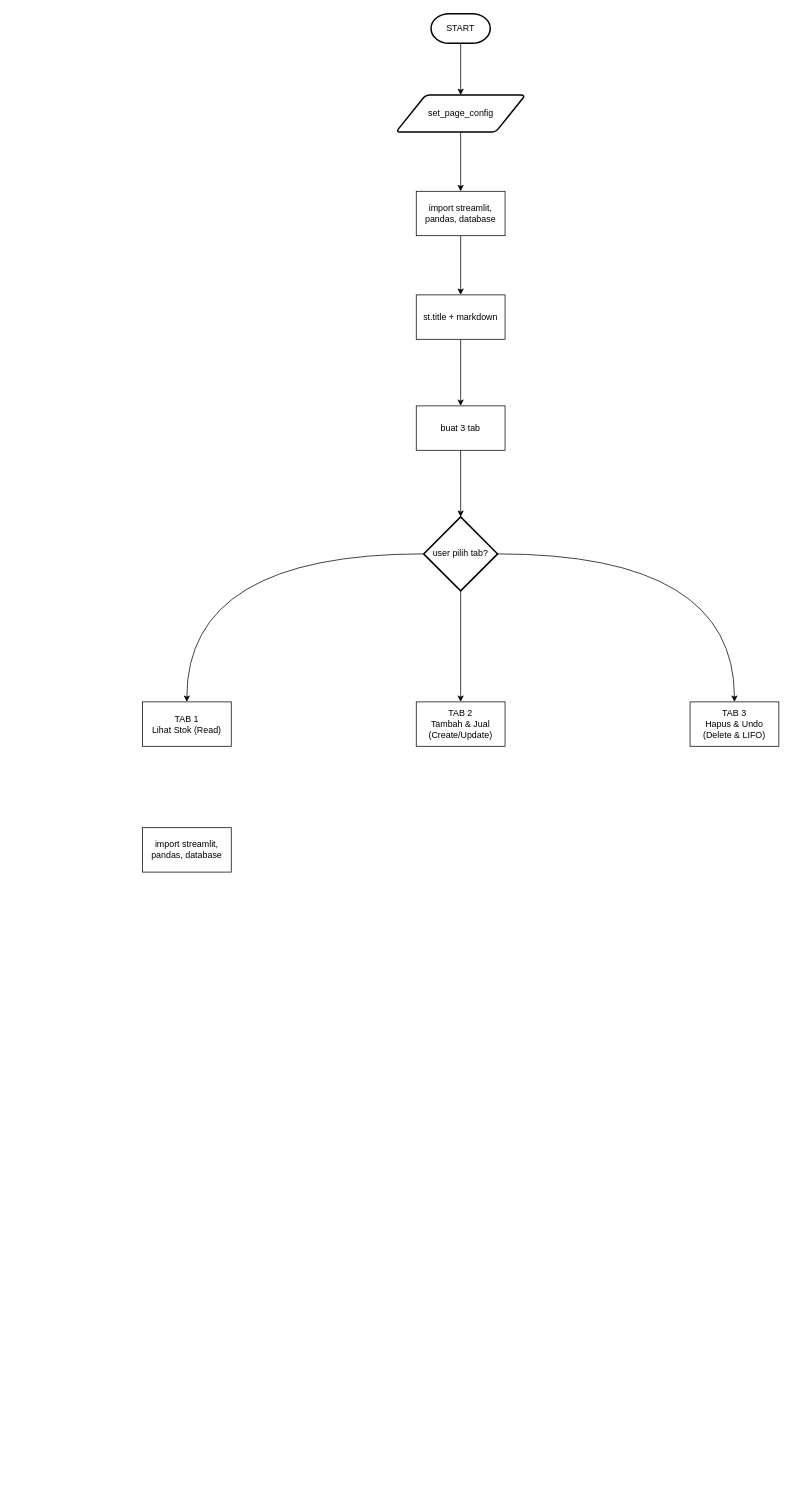
Earlier version of the draw.io diagram Flowchart Project DASPRO.drawio (Zaynn-SSS/Flowchart-Project-DASPRO). Source tidied: cells renumbered, new cells numbered last; positions are measured from the earlier drawing's top-left corner, leaving out a move shared by most shapes. Both pictures are drawn from the tidied source at 74%, with x=0, y=0 at pixel (142, 13).
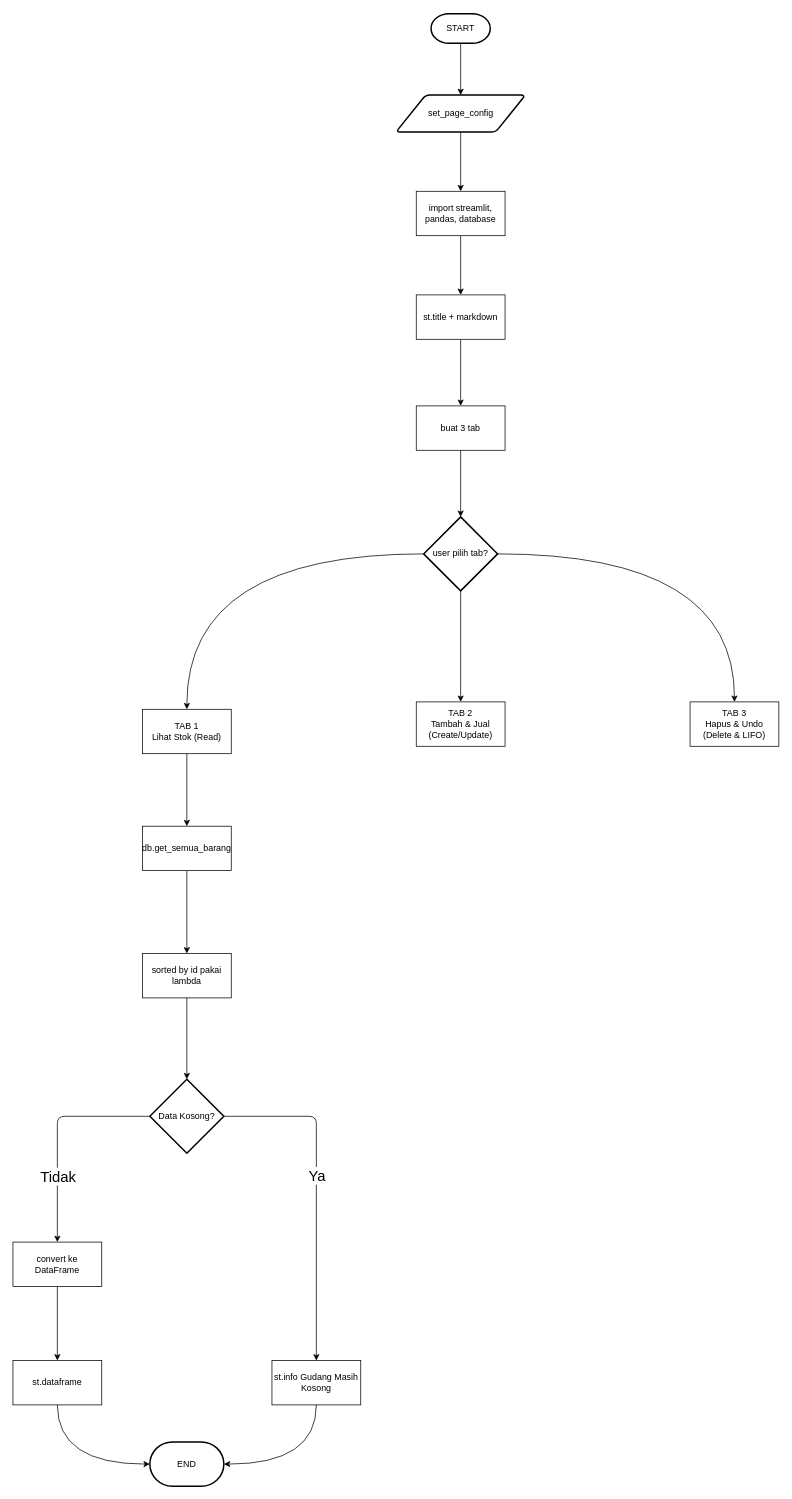
The same diagram, later.

Change to the diagram source:
```diff
@@
+    <mxCell id="20" style="edgeStyle=orthogonalEdgeStyle;rounded=0;jettySize=auto;html=1;defaultLabelBackgroundColor=page;" parent="1" edge="1" source="11" target="19">
+      <mxGeometry relative="1" as="geometry" />
+    </mxCell>
     <mxCell id="11" value="TAB 1&lt;div&gt;Lihat Stok (Read)&lt;/div&gt;" style="whiteSpace=wrap;html=1;" parent="1" vertex="1">
-      <mxGeometry y="930" width="120" height="60" as="geometry" />
+      <mxGeometry y="940" width="120" height="60" as="geometry" />
     </mxCell>
@@
+    <mxCell id="21" style="edgeStyle=orthogonalEdgeStyle;rounded=0;jettySize=auto;html=1;defaultLabelBackgroundColor=page;" parent="1" edge="1" source="19" target="28">
+      <mxGeometry relative="1" as="geometry" />
+    </mxCell>
-    <mxCell id="19" value="import streamlit, pandas, database" style="whiteSpace=wrap;html=1;" parent="1" vertex="1">
-      <mxGeometry y="1100" width="120" height="60" as="geometry" />
+    <mxCell id="19" value="db.get_semua_barang" style="whiteSpace=wrap;html=1;" parent="1" vertex="1">
+      <mxGeometry y="1098" width="120" height="60" as="geometry" />
     </mxCell>
+    <mxCell id="22" style="rounded=1;jettySize=auto;html=1;defaultLabelBackgroundColor=page;edgeStyle=orthogonalEdgeStyle;curved=0;" parent="1" edge="1" source="26" target="30">
+      <mxGeometry relative="1" as="geometry" />
+    </mxCell>
+    <mxCell id="23" value="Tidak" style="edgeLabel;html=1;align=center;verticalAlign=middle;inheritText=fontFamily,fontColor,fontStyle,textOpacity,labelBorderColor,labelBorderWidth,labelBackgroundColor,defaultLabelBackgroundColor,labelPadding;defaultLabelBackgroundColor=page;fontSize=20;" parent="22" vertex="1">
+      <mxGeometry x="0.28" y="-1" relative="1" as="geometry">
+        <mxPoint x="1" y="16" as="offset" />
+      </mxGeometry>
+    </mxCell>
+    <mxCell id="24" style="edgeStyle=orthogonalEdgeStyle;rounded=1;jettySize=auto;html=1;entryX=0.5;entryY=0;entryDx=0;entryDy=0;defaultLabelBackgroundColor=page;curved=0;" parent="1" edge="1" source="26" target="33">
+      <mxGeometry relative="1" as="geometry" />
+    </mxCell>
+    <mxCell id="25" value="Ya" style="edgeLabel;html=1;align=center;verticalAlign=middle;inheritText=fontFamily,fontColor,fontStyle,textOpacity,labelBorderColor,labelBorderWidth,labelBackgroundColor,defaultLabelBackgroundColor,labelPadding;defaultLabelBackgroundColor=page;fontSize=20;" parent="24" vertex="1">
+      <mxGeometry x="-0.19" y="-1" relative="1" as="geometry">
+        <mxPoint x="1" y="20" as="offset" />
+      </mxGeometry>
+    </mxCell>
+    <mxCell id="26" value="Data Kosong?" style="strokeWidth=2;html=1;shape=mxgraph.flowchart.decision;whiteSpace=wrap;" parent="1" vertex="1">
+      <mxGeometry x="10" y="1440" width="100" height="100" as="geometry" />
+    </mxCell>
+    <mxCell id="27" style="edgeStyle=orthogonalEdgeStyle;rounded=0;jettySize=auto;html=1;defaultLabelBackgroundColor=page;" parent="1" edge="1" source="28" target="26">
+      <mxGeometry relative="1" as="geometry" />
+    </mxCell>
+    <mxCell id="28" value="sorted by id pakai lambda" style="whiteSpace=wrap;html=1;" parent="1" vertex="1">
+      <mxGeometry y="1270" width="120" height="60" as="geometry" />
+    </mxCell>
+    <mxCell id="29" style="edgeStyle=orthogonalEdgeStyle;rounded=0;jettySize=auto;html=1;defaultLabelBackgroundColor=page;" parent="1" edge="1" source="30" target="31">
+      <mxGeometry relative="1" as="geometry" />
+    </mxCell>
+    <mxCell id="30" value="convert ke DataFrame" style="whiteSpace=wrap;html=1;" parent="1" vertex="1">
+      <mxGeometry x="-175" y="1660" width="120" height="60" as="geometry" />
+    </mxCell>
+    <mxCell id="31" value="st.dataframe" style="whiteSpace=wrap;html=1;" parent="1" vertex="1">
+      <mxGeometry x="-175" y="1820" width="120" height="60" as="geometry" />
+    </mxCell>
+    <mxCell id="32" value="END" style="strokeWidth=2;html=1;shape=mxgraph.flowchart.terminator;whiteSpace=wrap;" parent="1" vertex="1">
+      <mxGeometry x="10" y="1930" width="100" height="60" as="geometry" />
+    </mxCell>
+    <mxCell id="33" value="st.info Gudang Masih Kosong" style="whiteSpace=wrap;html=1;" parent="1" vertex="1">
+      <mxGeometry x="175" y="1820" width="120" height="60" as="geometry" />
+    </mxCell>
+    <mxCell id="34" style="edgeStyle=orthogonalEdgeStyle;rounded=0;jettySize=auto;html=1;entryX=1;entryY=0.5;entryDx=0;entryDy=0;entryPerimeter=0;defaultLabelBackgroundColor=page;curved=1;curveGeometry=1;" parent="1" edge="1" source="33" target="32">
+      <mxGeometry relative="1" as="geometry">
+        <Array as="points">
+          <mxPoint x="235" y="1960" />
+        </Array>
+      </mxGeometry>
+    </mxCell>
+    <mxCell id="35" style="edgeStyle=orthogonalEdgeStyle;rounded=0;jettySize=auto;html=1;entryX=0;entryY=0.5;entryDx=0;entryDy=0;entryPerimeter=0;defaultLabelBackgroundColor=page;curved=1;curveGeometry=1;" parent="1" edge="1" source="31" target="32">
+      <mxGeometry relative="1" as="geometry">
+        <Array as="points">
+          <mxPoint x="-115" y="1960" />
+        </Array>
+      </mxGeometry>
+    </mxCell>
```
